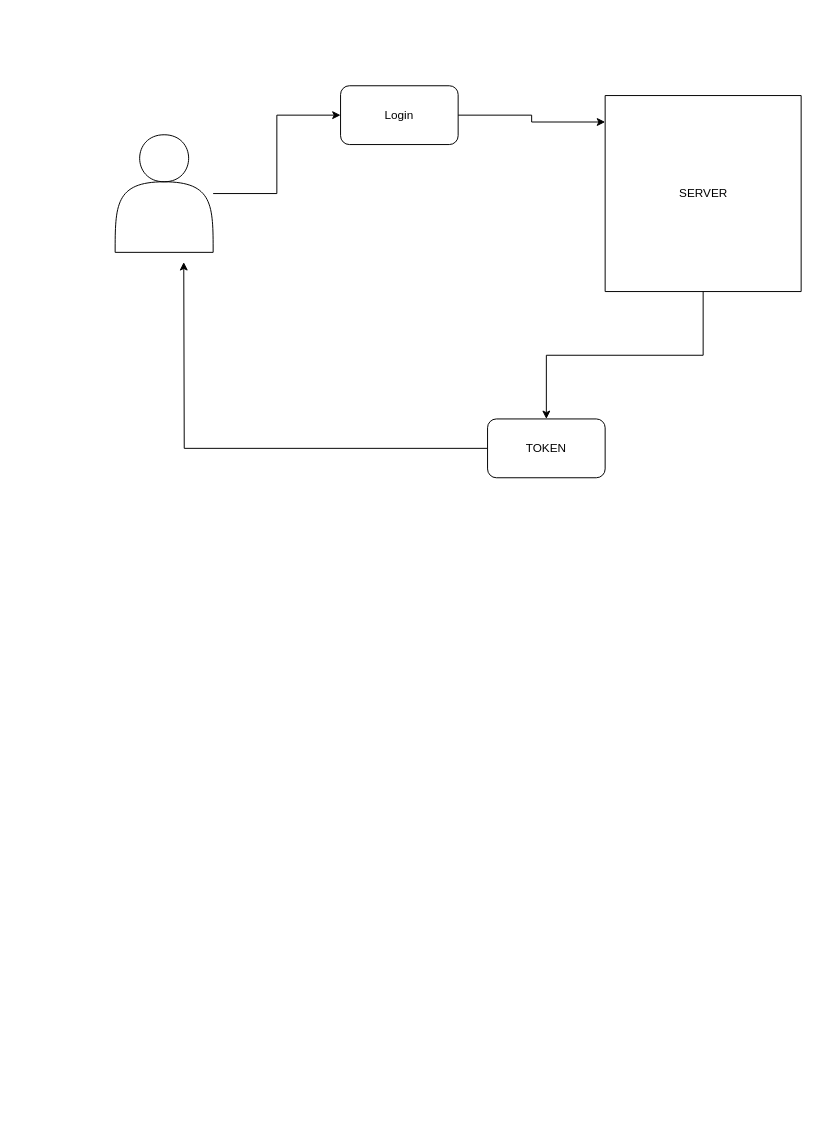
Above: Diagrama sem nome.drawio in mucasantos/devnoite-blog-nodejs (draw.io), before the change. Source tidied: cells renumbered, new cells numbered last; positions are measured from the earlier drawing's top-left corner, leaving out a move shared by most shapes. Both pictures are drawn from the tidied source at 98%, with x=0, y=0 at pixel (115, 85).
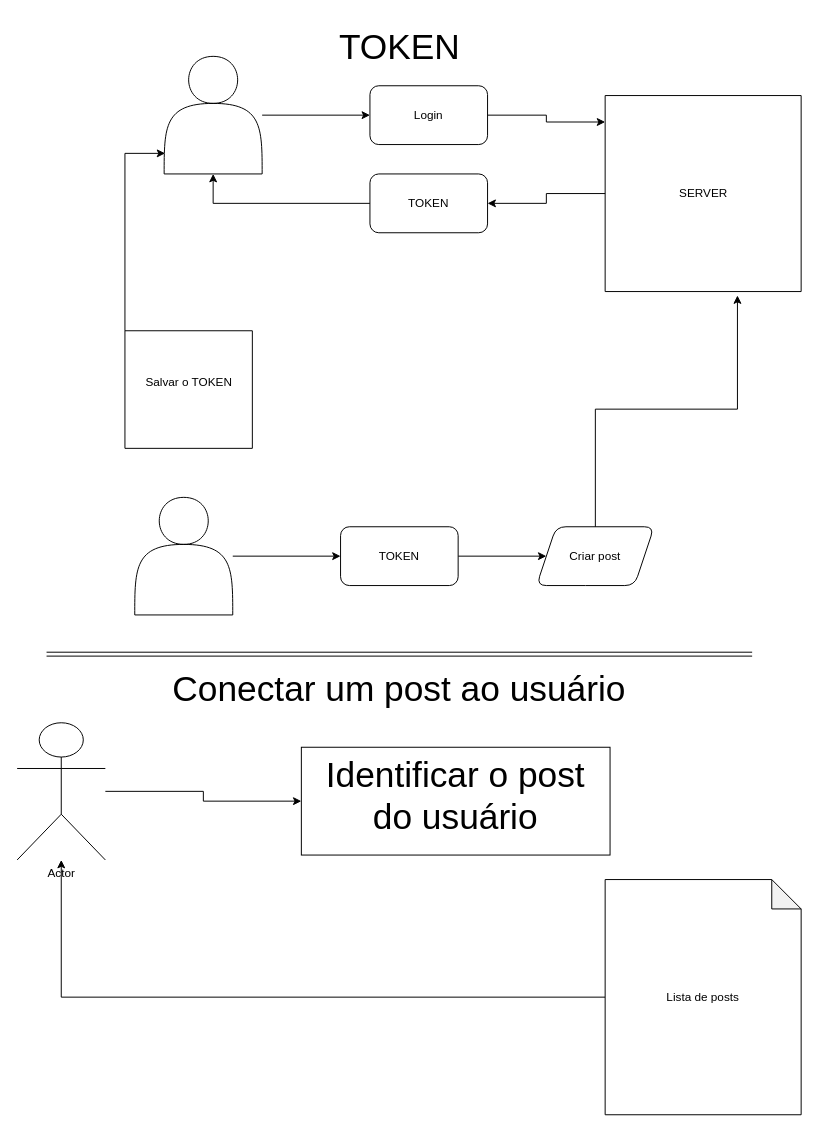
Above is the later version.

The change refers to these unchanged cells:
```xml
<mxCell id="6" style="swimlane;startSize=0;" parent="1" vertex="1">
  <mxGeometry x="500" y="10" width="200" height="200" as="geometry" />
</mxCell>
```

The edit, as a diff of the source:
```diff
@@
     <mxCell id="3" style="shape=actor;whiteSpace=wrap;html=1;" parent="1" vertex="1">
-      <mxGeometry y="50" width="100" height="120" as="geometry" />
+      <mxGeometry x="50" y="-30" width="100" height="120" as="geometry" />
     </mxCell>
     <mxCell id="4" value="Login" style="rounded=1;whiteSpace=wrap;html=1;" parent="1" vertex="1">
-      <mxGeometry x="230" width="120" height="60" as="geometry" />
+      <mxGeometry x="260" width="120" height="60" as="geometry" />
     </mxCell>
@@
-    <mxCell id="9" style="edgeStyle=orthogonalEdgeStyle;rounded=0;jettySize=auto;html=1;" parent="1" edge="1" source="10">
-      <mxGeometry relative="1" as="geometry">
-        <mxPoint x="70" y="180" as="targetPoint" />
-      </mxGeometry>
-    </mxCell>
+    <mxCell id="11" style="edgeStyle=orthogonalEdgeStyle;rounded=0;jettySize=auto;html=1;entryX=0.5;entryY=1;entryDx=0;entryDy=0;" parent="1" edge="1" source="10" target="3">
+      <mxGeometry relative="1" as="geometry" />
+    </mxCell>
     <mxCell id="10" value="TOKEN" style="rounded=1;whiteSpace=wrap;html=1;" parent="1" vertex="1">
-      <mxGeometry x="380" y="340" width="120" height="60" as="geometry" />
+      <mxGeometry x="260" y="90" width="120" height="60" as="geometry" />
     </mxCell>
+    <mxCell id="12" style="edgeStyle=orthogonalEdgeStyle;rounded=0;jettySize=auto;html=1;exitX=0;exitY=0;exitDx=0;exitDy=0;entryX=0.01;entryY=0.825;entryDx=0;entryDy=0;entryPerimeter=0;" parent="1" edge="1" source="13" target="3">
+      <mxGeometry relative="1" as="geometry" />
+    </mxCell>
+    <mxCell id="13" style="swimlane;startSize=0;" parent="1" vertex="1">
+      <mxGeometry x="10" y="250" width="130" height="120" as="geometry" />
+    </mxCell>
+    <mxCell id="14" value="Salvar o TOKEN" style="text;html=1;align=center;verticalAlign=middle;strokeColor=none;fillColor=none;" parent="13" vertex="1">
+      <mxGeometry x="10" y="38" width="110" height="30" as="geometry" />
+    </mxCell>
+    <mxCell id="15" style="edgeStyle=orthogonalEdgeStyle;rounded=0;jettySize=auto;html=1;" parent="1" edge="1" source="16" target="18">
+      <mxGeometry relative="1" as="geometry" />
+    </mxCell>
+    <mxCell id="16" style="shape=actor;whiteSpace=wrap;html=1;" parent="1" vertex="1">
+      <mxGeometry x="20" y="420" width="100" height="120" as="geometry" />
+    </mxCell>
+    <mxCell id="17" style="edgeStyle=orthogonalEdgeStyle;rounded=0;jettySize=auto;html=1;" parent="1" edge="1" source="18" target="19">
+      <mxGeometry relative="1" as="geometry" />
+    </mxCell>
+    <mxCell id="18" value="TOKEN" style="rounded=1;whiteSpace=wrap;html=1;" parent="1" vertex="1">
+      <mxGeometry x="230" y="450" width="120" height="60" as="geometry" />
+    </mxCell>
+    <mxCell id="19" value="Criar post" style="shape=parallelogram;perimeter=parallelogramPerimeter;whiteSpace=wrap;html=1;fixedSize=1;rounded=1;" parent="1" vertex="1">
+      <mxGeometry x="430" y="450" width="120" height="60" as="geometry" />
+    </mxCell>
+    <mxCell id="20" style="edgeStyle=orthogonalEdgeStyle;rounded=0;jettySize=auto;html=1;entryX=0.675;entryY=1.02;entryDx=0;entryDy=0;entryPerimeter=0;" parent="1" edge="1" source="19" target="6">
+      <mxGeometry relative="1" as="geometry" />
+    </mxCell>
+    <mxCell id="21" value="&lt;font style=&quot;font-size: 36px;&quot;&gt;TOKEN&lt;/font&gt;" style="text;html=1;align=center;verticalAlign=middle;strokeColor=none;fillColor=none;" parent="1" vertex="1">
+      <mxGeometry x="215" y="-70" width="150" height="60" as="geometry" />
+    </mxCell>
+    <mxCell id="22" style="shape=link;html=1;rounded=0;" parent="1" edge="1">
+      <mxGeometry relative="1" as="geometry">
+        <mxPoint x="-70" y="580" as="sourcePoint" />
+        <mxPoint x="650" y="580" as="targetPoint" />
+      </mxGeometry>
+    </mxCell>
+    <mxCell id="23" value="&lt;font style=&quot;font-size: 36px;&quot;&gt;Conectar um post ao usuário&lt;/font&gt;" style="text;html=1;align=center;verticalAlign=middle;whiteSpace=wrap;rounded=0;" parent="1" vertex="1">
+      <mxGeometry x="28" y="600" width="524" height="30" as="geometry" />
+    </mxCell>
+    <mxCell id="24" style="edgeStyle=orthogonalEdgeStyle;rounded=0;jettySize=auto;html=1;" parent="1" edge="1" source="25" target="26">
+      <mxGeometry relative="1" as="geometry" />
+    </mxCell>
+    <mxCell id="25" value="Actor" style="shape=umlActor;verticalLabelPosition=bottom;verticalAlign=top;html=1;outlineConnect=0;" parent="1" vertex="1">
+      <mxGeometry x="-100" y="650" width="90" height="140" as="geometry" />
+    </mxCell>
+    <mxCell id="26" value="&lt;font style=&quot;font-size: 36px;&quot;&gt;Identificar o post do usuário&lt;/font&gt;" style="whiteSpace=wrap;html=1;verticalAlign=top;" parent="1" vertex="1">
+      <mxGeometry x="190" y="675" width="315" height="110" as="geometry" />
+    </mxCell>
+    <mxCell id="27" style="edgeStyle=orthogonalEdgeStyle;rounded=0;jettySize=auto;html=1;" parent="1" edge="1" source="28" target="25">
+      <mxGeometry relative="1" as="geometry" />
+    </mxCell>
+    <mxCell id="28" value="Lista de posts" style="shape=note;whiteSpace=wrap;html=1;backgroundOutline=1;darkOpacity=0.05;" parent="1" vertex="1">
+      <mxGeometry x="500" y="810" width="200" height="240" as="geometry" />
+    </mxCell>
```
